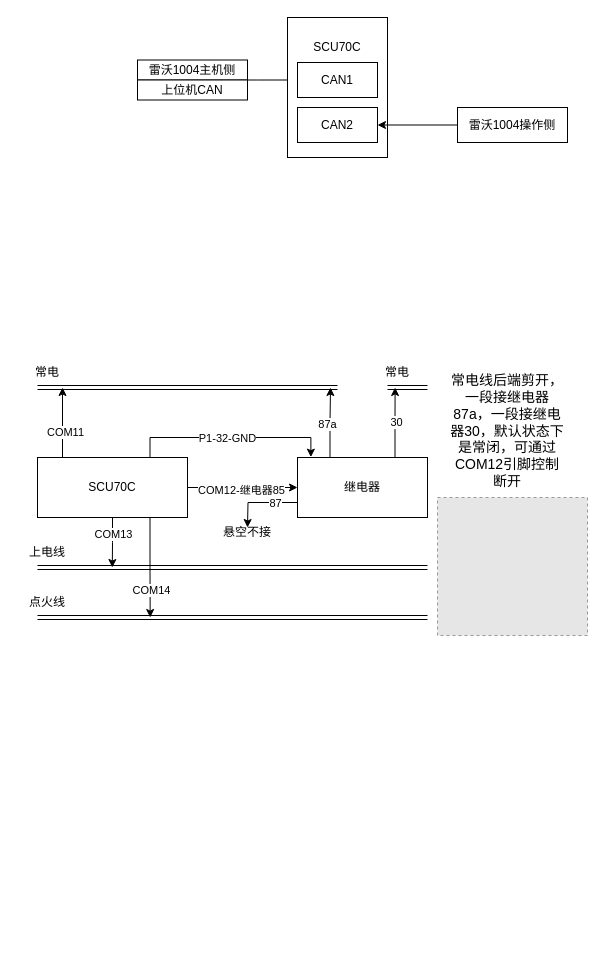
Earlier version of the draw.io diagram LVOVO1004.drawio (Hanye1108/drawio). Source tidied: cells renumbered, new cells numbered last; positions are measured from the earlier drawing's top-left corner, leaving out a move shared by most shapes. Both pictures are drawn from the tidied source at 100%, with x=0, y=0 at pixel (17, 17). Pictures stored in the file or linked from it are replaced by grey dashed boxes.
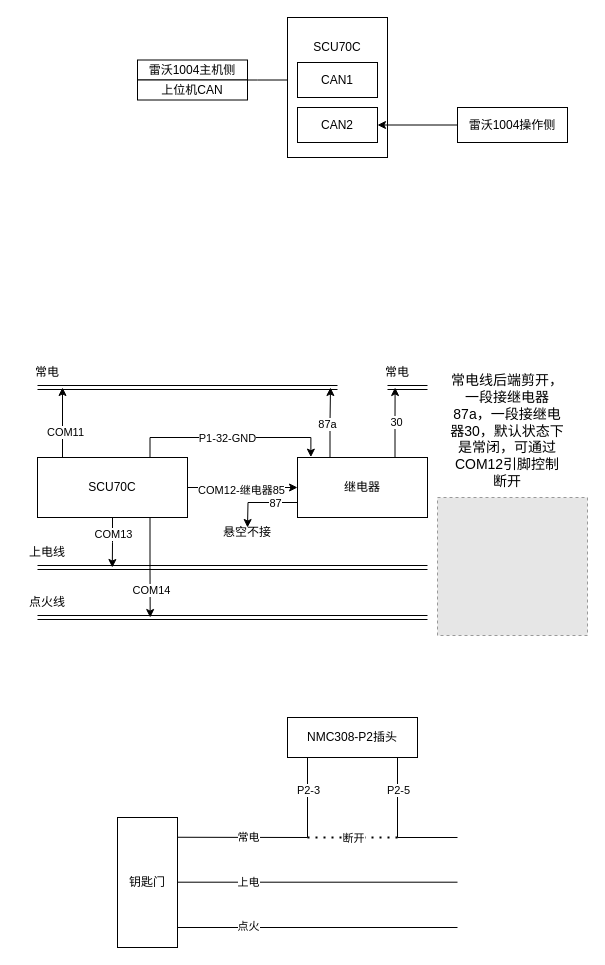
Above is the later version.

The edit, as a diff of the source:
```diff
@@
+    <mxCell id="40" value="钥匙门" style="rounded=0;whiteSpace=wrap;html=1;" parent="1" vertex="1">
+      <mxGeometry x="100" y="800" width="60" height="130" as="geometry" />
+    </mxCell>
+    <mxCell id="41" style="endArrow=none;html=1;rounded=0;" parent="1" edge="1">
+      <mxGeometry relative="1" as="geometry">
+        <mxPoint x="160" y="864.7" as="sourcePoint" />
+        <mxPoint x="440" y="864.7" as="targetPoint" />
+      </mxGeometry>
+    </mxCell>
+    <mxCell id="42" value="上电" style="edgeLabel;html=1;align=center;verticalAlign=middle;" parent="41" vertex="1">
+      <mxGeometry x="-0.02" y="-2" relative="1" as="geometry">
+        <mxPoint x="-67" y="-2" as="offset" />
+      </mxGeometry>
+    </mxCell>
+    <mxCell id="43" style="endArrow=none;html=1;rounded=0;" parent="1" edge="1">
+      <mxGeometry relative="1" as="geometry">
+        <mxPoint x="160" y="910" as="sourcePoint" />
+        <mxPoint x="440" y="910" as="targetPoint" />
+      </mxGeometry>
+    </mxCell>
+    <mxCell id="44" value="点火" style="edgeLabel;html=1;align=center;verticalAlign=middle;" parent="43" vertex="1">
+      <mxGeometry y="2" relative="1" as="geometry">
+        <mxPoint x="-70" as="offset" />
+      </mxGeometry>
+    </mxCell>
+    <mxCell id="45" style="endArrow=none;html=1;rounded=0;exitX=0.995;exitY=0.152;exitDx=0;exitDy=0;exitPerimeter=0;" parent="1" edge="1" source="40">
+      <mxGeometry relative="1" as="geometry">
+        <mxPoint x="290" y="820" as="targetPoint" />
+      </mxGeometry>
+    </mxCell>
+    <mxCell id="46" value="常电" style="edgeLabel;html=1;align=center;verticalAlign=middle;" parent="45" vertex="1">
+      <mxGeometry x="-0.04" y="-2" relative="1" as="geometry">
+        <mxPoint x="8" y="-2" as="offset" />
+      </mxGeometry>
+    </mxCell>
+    <mxCell id="47" style="endArrow=none;dashed=1;html=1;dashPattern=1 3;strokeWidth=2;rounded=0;" parent="1" edge="1">
+      <mxGeometry relative="1" as="geometry">
+        <mxPoint x="290" y="820" as="sourcePoint" />
+        <mxPoint x="380" y="820" as="targetPoint" />
+      </mxGeometry>
+    </mxCell>
+    <mxCell id="48" value="断开" style="edgeLabel;html=1;align=center;verticalAlign=middle;" parent="47" vertex="1">
+      <mxGeometry x="-0.11" relative="1" as="geometry">
+        <mxPoint x="5" as="offset" />
+      </mxGeometry>
+    </mxCell>
+    <mxCell id="49" style="endArrow=none;html=1;rounded=0;" parent="1" edge="1">
+      <mxGeometry relative="1" as="geometry">
+        <mxPoint x="380" y="820" as="sourcePoint" />
+        <mxPoint x="440" y="820" as="targetPoint" />
+      </mxGeometry>
+    </mxCell>
+    <mxCell id="50" style="endArrow=none;html=1;rounded=0;" parent="1" edge="1">
+      <mxGeometry relative="1" as="geometry">
+        <mxPoint x="290" y="820" as="sourcePoint" />
+        <mxPoint x="290" y="740" as="targetPoint" />
+      </mxGeometry>
+    </mxCell>
+    <mxCell id="51" value="P2-3" style="edgeLabel;html=1;align=center;verticalAlign=middle;" parent="50" vertex="1">
+      <mxGeometry x="0.2" relative="1" as="geometry" />
+    </mxCell>
+    <mxCell id="52" style="endArrow=none;html=1;rounded=0;" parent="1" edge="1">
+      <mxGeometry relative="1" as="geometry">
+        <mxPoint x="380" y="820" as="sourcePoint" />
+        <mxPoint x="380" y="740" as="targetPoint" />
+      </mxGeometry>
+    </mxCell>
+    <mxCell id="53" value="P2-5" style="edgeLabel;html=1;align=center;verticalAlign=middle;" parent="52" vertex="1">
+      <mxGeometry x="0.2" relative="1" as="geometry" />
+    </mxCell>
+    <mxCell id="54" value="NMC308-P2插头" style="rounded=0;whiteSpace=wrap;html=1;" parent="1" vertex="1">
+      <mxGeometry x="270" y="700" width="130" height="40" as="geometry" />
+    </mxCell>
```
